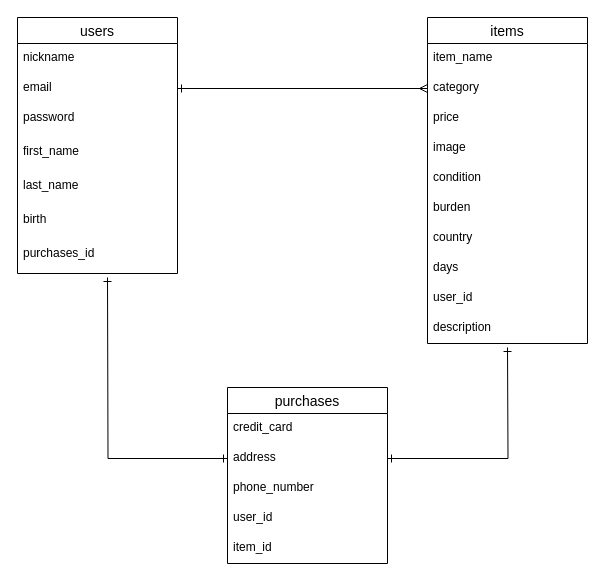
Above: furima.dio in kosei-kubota/furima-34523 (draw.io), before the change. Source tidied: cells renumbered, new cells numbered last; positions are measured from the earlier drawing's top-left corner, leaving out a move shared by most shapes. Both pictures are drawn from the tidied source at 100%, with x=0, y=0 at pixel (17, 17).
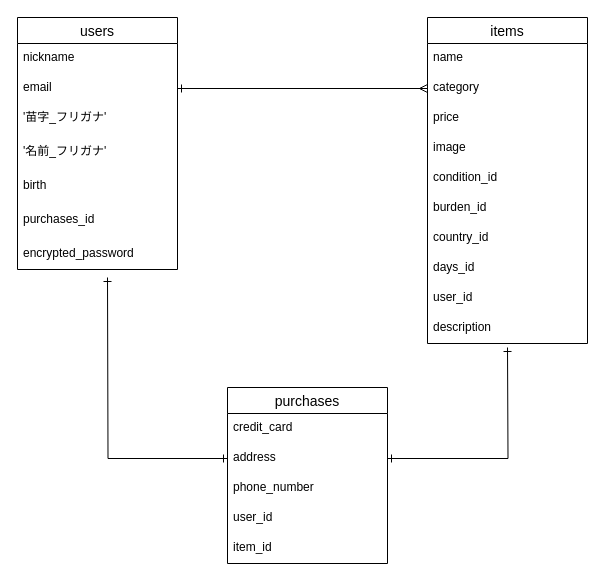
The same diagram, later.

Unchanged cells that the change refers to:
```xml
<mxCell id="16" value="items" style="swimlane;fontStyle=0;horizontal=1;startSize=26;align=center;fontSize=14;" parent="1" vertex="1">
  <mxGeometry x="410" width="160" height="326" as="geometry" />
</mxCell>
```

What changed in the source:
```diff
@@
     <mxCell id="2" value="users" style="swimlane;fontStyle=0;horizontal=1;startSize=26;align=center;fontSize=14;" parent="1" vertex="1">
-      <mxGeometry width="160" height="256" as="geometry" />
+      <mxGeometry width="160" height="252" as="geometry" />
     </mxCell>
@@
-    <mxCell id="5" value="password" style="text;strokeColor=none;fillColor=none;spacingLeft=4;spacingRight=4;overflow=hidden;fontSize=12;" parent="2" vertex="1">
-      <mxGeometry y="86" width="160" height="34" as="geometry" />
-    </mxCell>
-    <mxCell id="6" value="first_name" style="text;strokeColor=none;fillColor=none;spacingLeft=4;spacingRight=4;overflow=hidden;fontSize=12;" parent="2" vertex="1">
-      <mxGeometry y="120" width="160" height="34" as="geometry" />
+    <mxCell id="6" value="'苗字_フリガナ'" style="text;strokeColor=none;fillColor=none;spacingLeft=4;spacingRight=4;overflow=hidden;fontSize=12;" parent="2" vertex="1">
+      <mxGeometry y="86" width="160" height="34" as="geometry" />
     </mxCell>
-    <mxCell id="7" value="last_name" style="text;strokeColor=none;fillColor=none;spacingLeft=4;spacingRight=4;overflow=hidden;fontSize=12;" parent="2" vertex="1">
-      <mxGeometry y="154" width="160" height="34" as="geometry" />
+    <mxCell id="7" value="'名前_フリガナ'" style="text;strokeColor=none;fillColor=none;spacingLeft=4;spacingRight=4;overflow=hidden;fontSize=12;" parent="2" vertex="1">
+      <mxGeometry y="120" width="160" height="34" as="geometry" />
     </mxCell>
     <mxCell id="8" value="birth" style="text;strokeColor=none;fillColor=none;spacingLeft=4;spacingRight=4;overflow=hidden;fontSize=12;" parent="2" vertex="1">
-      <mxGeometry y="188" width="160" height="34" as="geometry" />
+      <mxGeometry y="154" width="160" height="34" as="geometry" />
     </mxCell>
     <mxCell id="9" value="purchases_id" style="text;strokeColor=none;fillColor=none;spacingLeft=4;spacingRight=4;overflow=hidden;fontSize=12;" parent="2" vertex="1">
-      <mxGeometry y="222" width="160" height="34" as="geometry" />
+      <mxGeometry y="188" width="160" height="34" as="geometry" />
     </mxCell>
+    <mxCell id="30" value="encrypted_password" style="text;strokeColor=none;fillColor=none;spacingLeft=4;spacingRight=4;overflow=hidden;fontSize=12;" parent="2" vertex="1">
+      <mxGeometry y="222" width="160" height="30" as="geometry" />
+    </mxCell>
@@
-    <mxCell id="17" value="item_name" style="text;strokeColor=none;fillColor=none;spacingLeft=4;spacingRight=4;overflow=hidden;fontSize=12;" parent="16" vertex="1">
+    <mxCell id="17" value="name" style="text;strokeColor=none;fillColor=none;spacingLeft=4;spacingRight=4;overflow=hidden;fontSize=12;" parent="16" vertex="1">
       <mxGeometry y="26" width="160" height="30" as="geometry" />
     </mxCell>
@@
-    <mxCell id="21" value="condition" style="text;strokeColor=none;fillColor=none;spacingLeft=4;spacingRight=4;overflow=hidden;fontSize=12;" parent="16" vertex="1">
+    <mxCell id="21" value="condition_id" style="text;strokeColor=none;fillColor=none;spacingLeft=4;spacingRight=4;overflow=hidden;fontSize=12;" parent="16" vertex="1">
       <mxGeometry y="146" width="160" height="30" as="geometry" />
     </mxCell>
-    <mxCell id="22" value="burden" style="text;strokeColor=none;fillColor=none;spacingLeft=4;spacingRight=4;overflow=hidden;fontSize=12;" parent="16" vertex="1">
+    <mxCell id="22" value="burden_id" style="text;strokeColor=none;fillColor=none;spacingLeft=4;spacingRight=4;overflow=hidden;fontSize=12;" parent="16" vertex="1">
       <mxGeometry y="176" width="160" height="30" as="geometry" />
     </mxCell>
-    <mxCell id="23" value="country" style="text;strokeColor=none;fillColor=none;spacingLeft=4;spacingRight=4;overflow=hidden;fontSize=12;" parent="16" vertex="1">
+    <mxCell id="23" value="country_id" style="text;strokeColor=none;fillColor=none;spacingLeft=4;spacingRight=4;overflow=hidden;fontSize=12;" parent="16" vertex="1">
       <mxGeometry y="206" width="160" height="30" as="geometry" />
     </mxCell>
-    <mxCell id="24" value="days" style="text;strokeColor=none;fillColor=none;spacingLeft=4;spacingRight=4;overflow=hidden;fontSize=12;" parent="16" vertex="1">
+    <mxCell id="24" value="days_id" style="text;strokeColor=none;fillColor=none;spacingLeft=4;spacingRight=4;overflow=hidden;fontSize=12;" parent="16" vertex="1">
       <mxGeometry y="236" width="160" height="30" as="geometry" />
     </mxCell>
```
